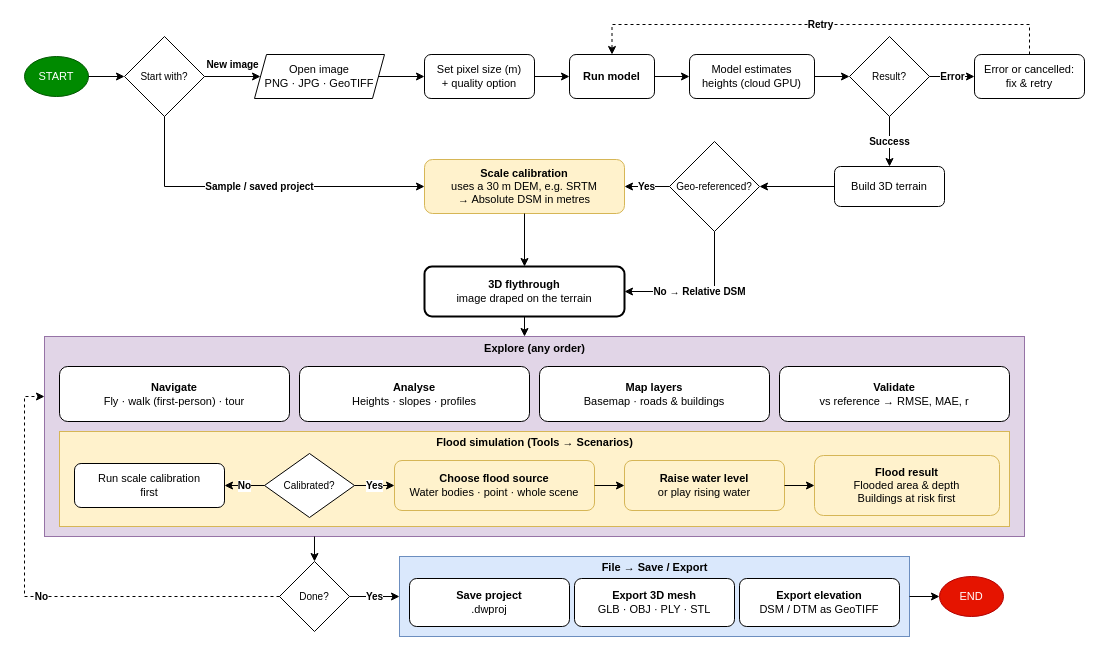
AbhayKale332/DW-Team_ENDRA keeps this draw.io diagram as page "User Flow" (1 of 2) of DOCS/ppt/User_Flow.drawio.xml. Above is the earlier version. Source tidied: cells renumbered, new cells numbered last; positions are measured from the earlier drawing's top-left corner, leaving out a move shared by most shapes. Both pictures are drawn from the tidied source at 100%, with x=0, y=0 at pixel (24, 24).
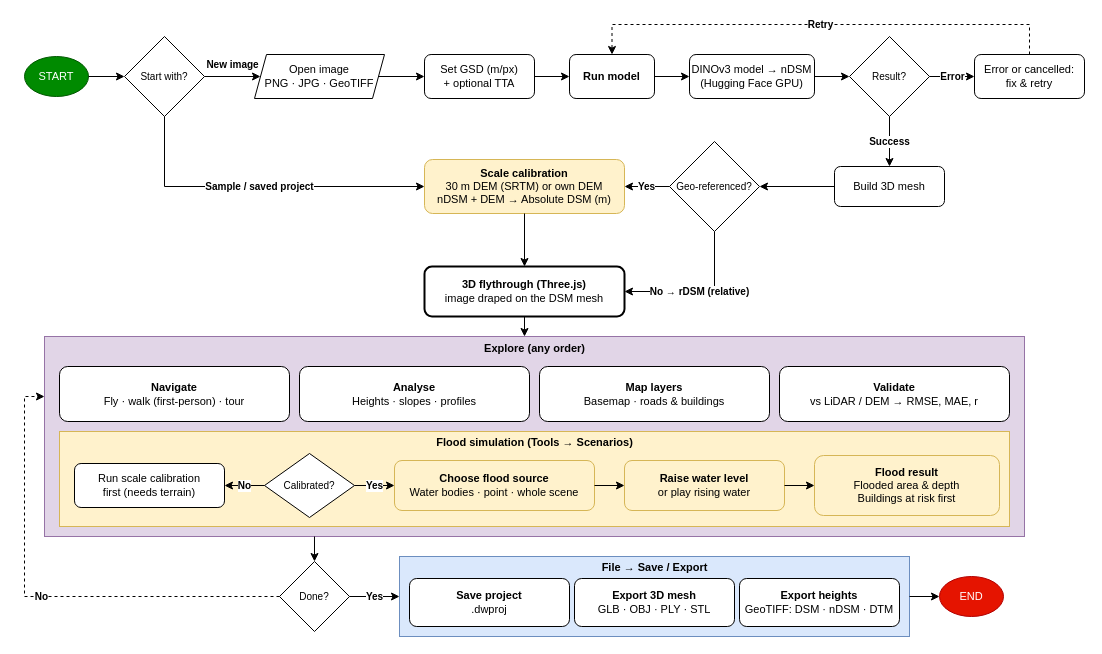
Above is the later version.

Unchanged cells that the change refers to:
```xml
<mxCell id="11" value="Geo-referenced?" style="rhombus;whiteSpace=wrap;html=1;shapeInside=1;fontSize=10;" parent="1" vertex="1">
  <mxGeometry x="645" y="117" width="90" height="90" as="geometry" />
</mxCell>
```

Diff of the diagram source:
```diff
@@
-    <mxCell id="5" value="&lt;div&gt;Set pixel size (m)&lt;/div&gt;&lt;div&gt;+ quality option&lt;/div&gt;" style="rounded=1;whiteSpace=wrap;html=1;fontSize=11;" parent="1" vertex="1">
+    <mxCell id="5" value="&lt;div&gt;Set GSD (m/px)&lt;/div&gt;&lt;div&gt;+ optional TTA&lt;/div&gt;" style="rounded=1;whiteSpace=wrap;html=1;fontSize=11;" parent="1" vertex="1">
       <mxGeometry x="400" y="30" width="110" height="44" as="geometry" />
     </mxCell>
@@
-    <mxCell id="7" value="&lt;div&gt;Model estimates&lt;/div&gt;&lt;div&gt;heights (cloud GPU)&lt;/div&gt;" style="rounded=1;whiteSpace=wrap;html=1;fontSize=11;" parent="1" vertex="1">
+    <mxCell id="7" value="&lt;div&gt;DINOv3 model → nDSM&lt;/div&gt;&lt;div&gt;(Hugging Face GPU)&lt;/div&gt;" style="rounded=1;whiteSpace=wrap;html=1;fontSize=11;" parent="1" vertex="1">
       <mxGeometry x="665" y="30" width="125" height="44" as="geometry" />
     </mxCell>
@@
-    <mxCell id="10" value="Build 3D terrain" style="rounded=1;whiteSpace=wrap;html=1;fontSize=11;" parent="1" vertex="1">
+    <mxCell id="10" value="Build 3D mesh" style="rounded=1;whiteSpace=wrap;html=1;fontSize=11;" parent="1" vertex="1">
       <mxGeometry x="810" y="142" width="110" height="40" as="geometry" />
     </mxCell>
@@
-    <mxCell id="12" value="&lt;div&gt;&lt;b&gt;Scale calibration&lt;/b&gt;&lt;/div&gt;&lt;div&gt;uses a 30 m DEM, e.g. SRTM&lt;/div&gt;&lt;div&gt;→ Absolute DSM in metres&lt;/div&gt;" style="rounded=1;whiteSpace=wrap;html=1;fontSize=11;fillColor=#fff2cc;strokeColor=#d6b656;" parent="1" vertex="1">
+    <mxCell id="12" value="&lt;div&gt;&lt;b&gt;Scale calibration&lt;/b&gt;&lt;/div&gt;&lt;div&gt;30 m DEM (SRTM) or own DEM&lt;/div&gt;&lt;div&gt;nDSM + DEM → Absolute DSM (m)&lt;/div&gt;" style="rounded=1;whiteSpace=wrap;html=1;fontSize=11;fillColor=#fff2cc;strokeColor=#d6b656;" parent="1" vertex="1">
       <mxGeometry x="400" y="135" width="200" height="54" as="geometry" />
     </mxCell>
-    <mxCell id="13" value="&lt;div&gt;&lt;b&gt;3D flythrough&lt;/b&gt;&lt;/div&gt;&lt;div&gt;image draped on the terrain&lt;/div&gt;" style="rounded=1;whiteSpace=wrap;html=1;fontSize=11;strokeWidth=2;" parent="1" vertex="1">
+    <mxCell id="13" value="&lt;div&gt;&lt;b&gt;3D flythrough (Three.js)&lt;/b&gt;&lt;/div&gt;&lt;div&gt;image draped on the DSM mesh&lt;/div&gt;" style="rounded=1;whiteSpace=wrap;html=1;fontSize=11;strokeWidth=2;" parent="1" vertex="1">
       <mxGeometry x="400" y="242" width="200" height="50" as="geometry" />
     </mxCell>
@@
-    <mxCell id="19" value="&lt;div&gt;&lt;b&gt;Validate&lt;/b&gt;&lt;/div&gt;&lt;div&gt;vs reference → RMSE, MAE, r&lt;/div&gt;" style="rounded=1;whiteSpace=wrap;html=1;fontSize=11;" parent="1" vertex="1">
+    <mxCell id="19" value="&lt;div&gt;&lt;b&gt;Validate&lt;/b&gt;&lt;/div&gt;&lt;div&gt;vs LiDAR / DEM → RMSE, MAE, r&lt;/div&gt;" style="rounded=1;whiteSpace=wrap;html=1;fontSize=11;" parent="1" vertex="1">
       <mxGeometry x="755" y="342" width="230" height="55" as="geometry" />
     </mxCell>
@@
-    <mxCell id="22" value="&lt;div&gt;Run scale calibration&lt;/div&gt;&lt;div&gt;first&lt;/div&gt;" style="rounded=1;whiteSpace=wrap;html=1;fontSize=11;" parent="1" vertex="1">
+    <mxCell id="22" value="&lt;div&gt;Run scale calibration&lt;/div&gt;&lt;div&gt;first (needs terrain)&lt;/div&gt;" style="rounded=1;whiteSpace=wrap;html=1;fontSize=11;" parent="1" vertex="1">
       <mxGeometry x="50" y="439" width="150" height="44" as="geometry" />
     </mxCell>
@@
-    <mxCell id="32" value="&lt;div&gt;&lt;b&gt;Export elevation&lt;/b&gt;&lt;/div&gt;&lt;div&gt;DSM / DTM as GeoTIFF&lt;/div&gt;" style="rounded=1;whiteSpace=wrap;html=1;fontSize=11;" parent="1" vertex="1">
+    <mxCell id="32" value="&lt;div&gt;&lt;b&gt;Export heights&lt;/b&gt;&lt;/div&gt;&lt;div&gt;GeoTIFF: DSM · nDSM · DTM&lt;/div&gt;" style="rounded=1;whiteSpace=wrap;html=1;fontSize=11;" parent="1" vertex="1">
       <mxGeometry x="715" y="554" width="160" height="48" as="geometry" />
     </mxCell>
@@
-    <mxCell id="45" value="&lt;b&gt;No → Relative DSM&lt;/b&gt;" style="edgeStyle=orthogonalEdgeStyle;rounded=0;jettySize=auto;html=1;fontSize=10;exitX=0.5;exitY=1;exitDx=0;exitDy=0;entryX=1;entryY=0.5;entryDx=0;entryDy=0;" parent="1" edge="1" source="11" target="13">
+    <mxCell id="45" value="&lt;b&gt;No → rDSM (relative)&lt;/b&gt;" style="edgeStyle=orthogonalEdgeStyle;rounded=0;jettySize=auto;html=1;fontSize=10;exitX=0.5;exitY=1;exitDx=0;exitDy=0;entryX=1;entryY=0.5;entryDx=0;entryDy=0;" parent="1" edge="1" source="11" target="13">
       <mxGeometry relative="1" as="geometry">
         <Array as="points">
           <mxPoint x="690" y="267" />
         </Array>
       </mxGeometry>
     </mxCell>
```
